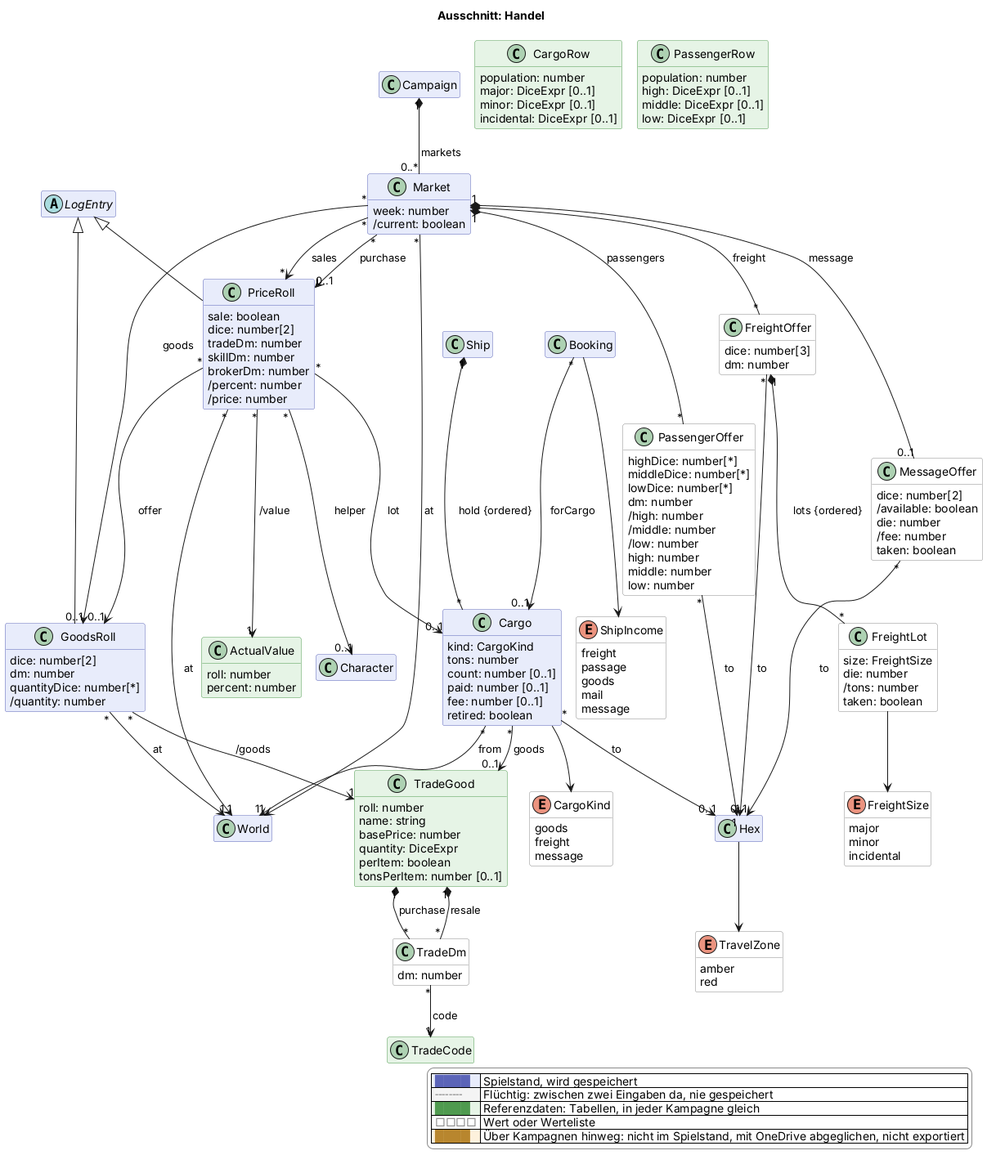
Earlier version of the PlantUML export docs/views/handel.png (scuzzar/SRE).
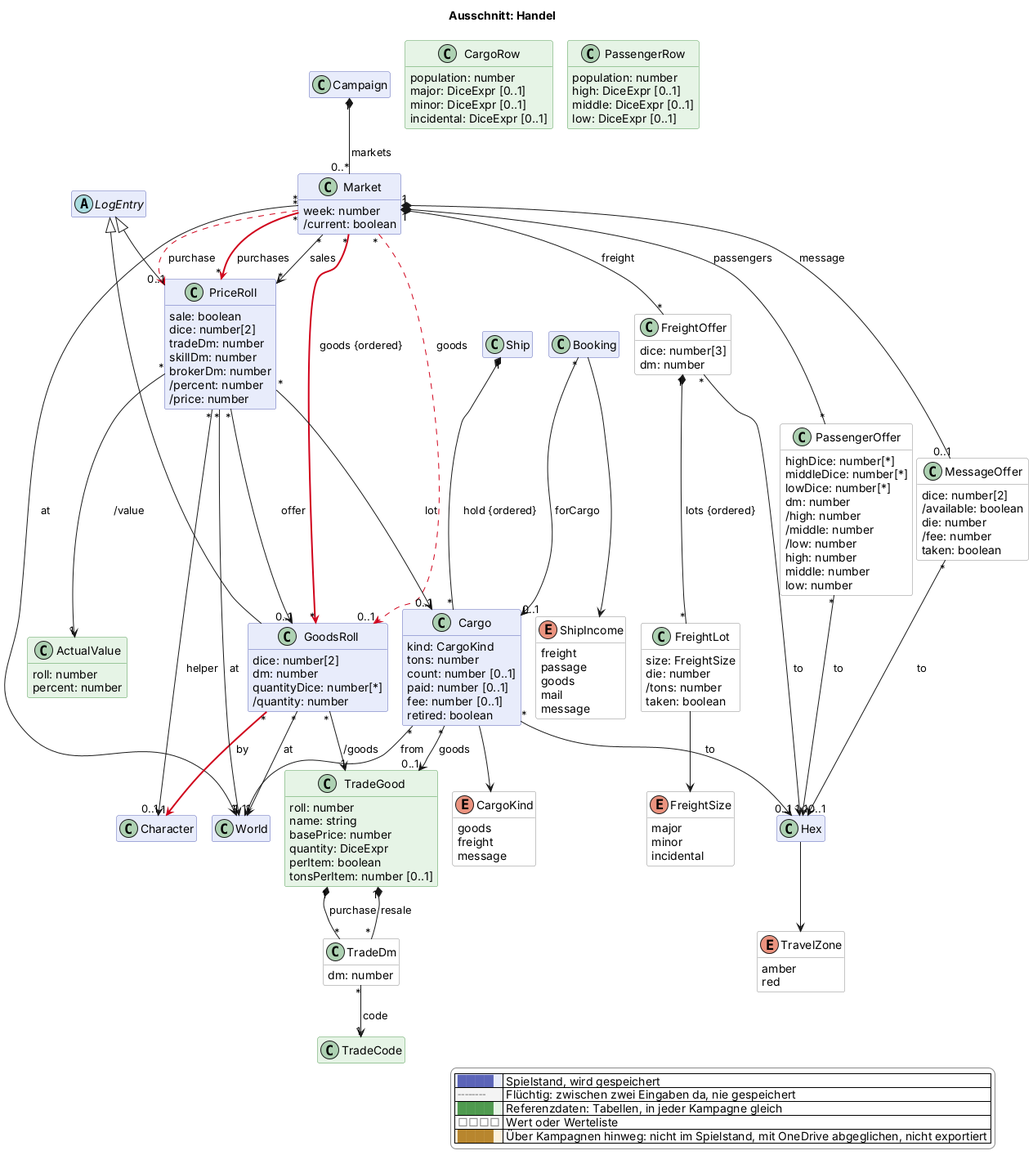
Above is the later version.

Change to the diagram source:
```diff
@@ -196,8 +196,10 @@
 
 Campaign "1" *-- "0..*" Market : markets
 Market "*" --> "1" World : at
-Market "*" --> "0..1" GoodsRoll : goods
-Market "*" --> "0..1" PriceRoll : purchase
+Market "*" -$goneArrow("2026-11-27b")-> "0..1" GoodsRoll : goods
+Market "*" -$newArrow("2026-11-27b")-> "*" GoodsRoll : goods {ordered}
+Market "*" -$goneArrow("2026-11-27b")-> "0..1" PriceRoll : purchase
+Market "*" -$newArrow("2026-11-27b")-> "*" PriceRoll : purchases
 Market "*" --> "*" PriceRoll : sales
 Market "1" *-- "*" FreightOffer : freight
 Market "1" *-- "*" PassengerOffer : passengers
@@ -211,6 +213,7 @@
 LogEntry <|-- PriceRoll
 GoodsRoll "*" --> "1" World : at
 GoodsRoll "*" --> "1" TradeGood : /goods
+GoodsRoll "*" -$newArrow("2026-11-27b")-> "1" Character : by
 PriceRoll "*" --> "1" World : at
 PriceRoll "*" --> "0..1" GoodsRoll : offer
 PriceRoll "*" --> "0..1" Cargo : lot
```
